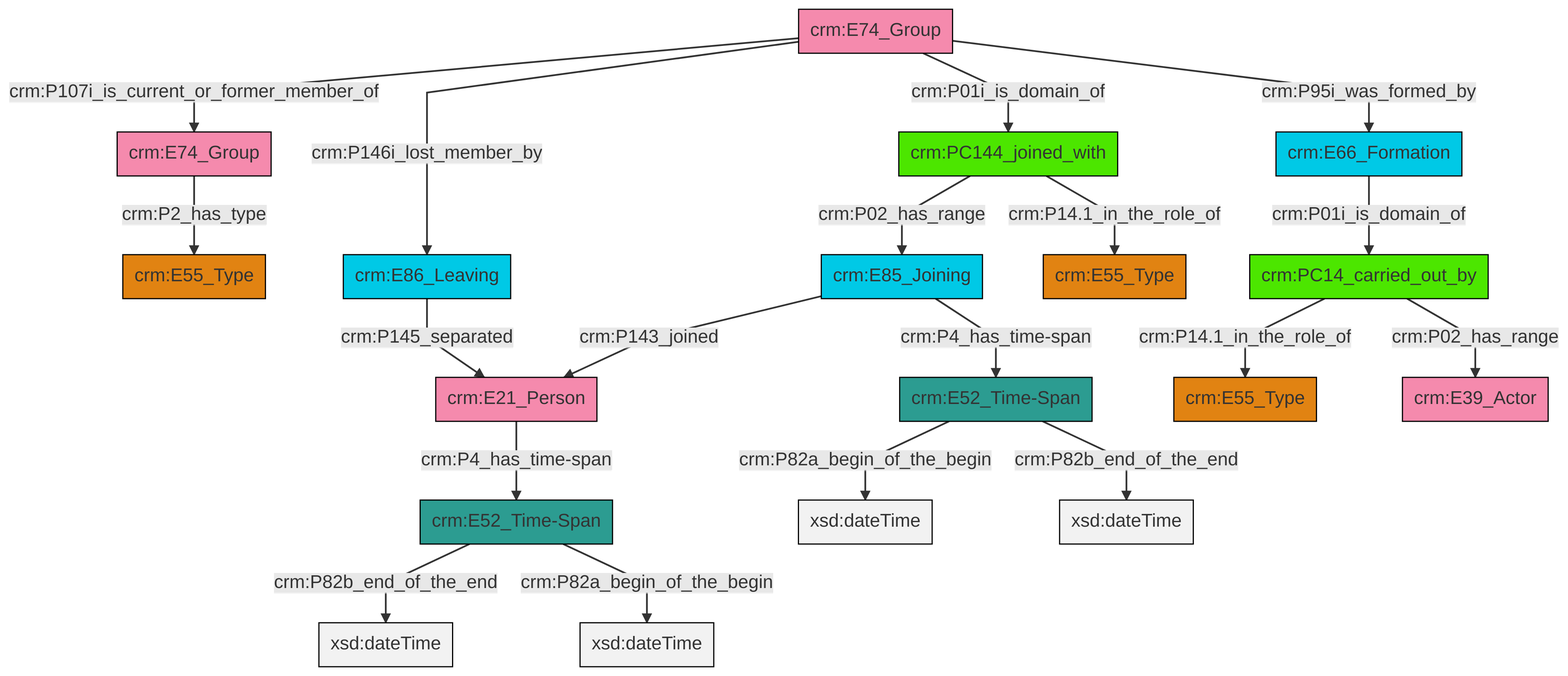
Above: et/groupCSV/ttl/mmd/png/group_actor_relations.png in swiss-art-research-net/reference-data-models (Mermaid), before the change. Its source is kept beside it as et/groupCSV/ttl/mmd/group_actor_relations.ttl.mmd.
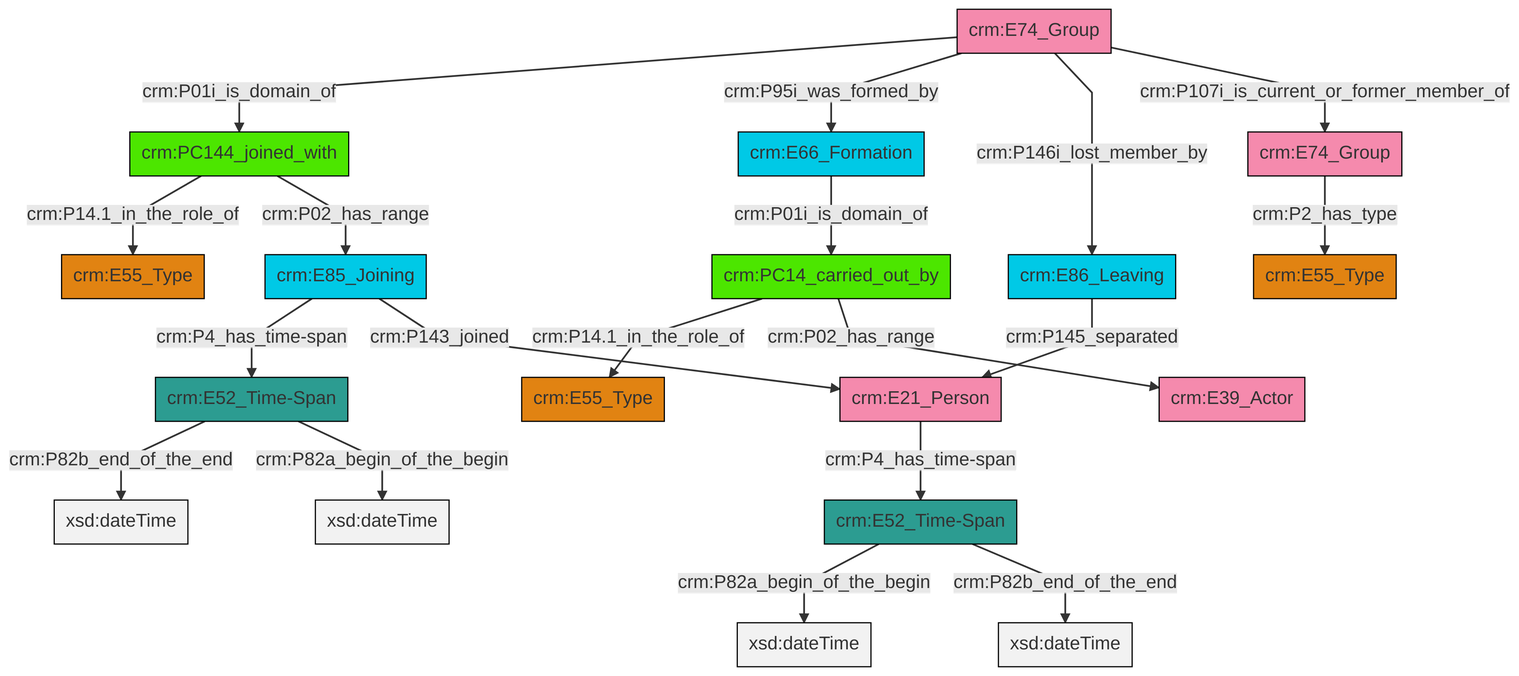
The same file after the commit.

Change to the diagram source:
```diff
@@ -13,21 +13,21 @@
 classDef PC_Classes fill:#4ce600, stroke:#000000;
 classDef Multi fill:#cccccc,stroke:#000000;
 
-0["crm:E74_Group"]:::Actor -->|crm:P107i_is_current_or_former_member_of| 1["crm:E74_Group"]:::Actor
-2["crm:E85_Joining"]:::Temporal_Entity -->|crm:P143_joined| 3["crm:E21_Person"]:::Actor
-3["crm:E21_Person"]:::Actor -->|crm:P4_has_time-span| 10["crm:E52_Time-Span"]:::Time-Span
-12["crm:PC14_carried_out_by"]:::PC_Classes -->|crm:P14.1_in_the_role_of| 7["crm:E55_Type"]:::Type
-0["crm:E74_Group"]:::Actor -->|crm:P146i_lost_member_by| 22["crm:E86_Leaving"]:::Temporal_Entity
-22["crm:E86_Leaving"]:::Temporal_Entity -->|crm:P145_separated| 3["crm:E21_Person"]:::Actor
-17["crm:E66_Formation"]:::Temporal_Entity -->|crm:P01i_is_domain_of| 12["crm:PC14_carried_out_by"]:::PC_Classes
-12["crm:PC14_carried_out_by"]:::PC_Classes -->|crm:P02_has_range| 24["crm:E39_Actor"]:::Actor
-10["crm:E52_Time-Span"]:::Time-Span -->|crm:P82b_end_of_the_end| 26[xsd:dateTime]:::Literal
-27["crm:E52_Time-Span"]:::Time-Span -->|crm:P82a_begin_of_the_begin| 28[xsd:dateTime]:::Literal
-0["crm:E74_Group"]:::Actor -->|crm:P01i_is_domain_of| 13["crm:PC144_joined_with"]:::PC_Classes
-1["crm:E74_Group"]:::Actor -->|crm:P2_has_type| 15["crm:E55_Type"]:::Type
-2["crm:E85_Joining"]:::Temporal_Entity -->|crm:P4_has_time-span| 27["crm:E52_Time-Span"]:::Time-Span
-0["crm:E74_Group"]:::Actor -->|crm:P95i_was_formed_by| 17["crm:E66_Formation"]:::Temporal_Entity
-10["crm:E52_Time-Span"]:::Time-Span -->|crm:P82a_begin_of_the_begin| 31[xsd:dateTime]:::Literal
-27["crm:E52_Time-Span"]:::Time-Span -->|crm:P82b_end_of_the_end| 32[xsd:dateTime]:::Literal
-13["crm:PC144_joined_with"]:::PC_Classes -->|crm:P02_has_range| 2["crm:E85_Joining"]:::Temporal_Entity
-13["crm:PC144_joined_with"]:::PC_Classes -->|crm:P14.1_in_the_role_of| 4["crm:E55_Type"]:::Type
+0["crm:E52_Time-Span"]:::Time-Span -->|crm:P82a_begin_of_the_begin| 1[xsd:dateTime]:::Literal
+0["crm:E52_Time-Span"]:::Time-Span -->|crm:P82b_end_of_the_end| 2[xsd:dateTime]:::Literal
+5["crm:PC14_carried_out_by"]:::PC_Classes -->|crm:P14.1_in_the_role_of| 6["crm:E55_Type"]:::Type
+7["crm:E52_Time-Span"]:::Time-Span -->|crm:P82b_end_of_the_end| 9[xsd:dateTime]:::Literal
+17["crm:E86_Leaving"]:::Temporal_Entity -->|crm:P145_separated| 18["crm:E21_Person"]:::Actor
+19["crm:E74_Group"]:::Actor -->|crm:P01i_is_domain_of| 20["crm:PC144_joined_with"]:::PC_Classes
+21["crm:E85_Joining"]:::Temporal_Entity -->|crm:P4_has_time-span| 7["crm:E52_Time-Span"]:::Time-Span
+13["crm:E66_Formation"]:::Temporal_Entity -->|crm:P01i_is_domain_of| 5["crm:PC14_carried_out_by"]:::PC_Classes
+19["crm:E74_Group"]:::Actor -->|crm:P95i_was_formed_by| 13["crm:E66_Formation"]:::Temporal_Entity
+21["crm:E85_Joining"]:::Temporal_Entity -->|crm:P143_joined| 18["crm:E21_Person"]:::Actor
+18["crm:E21_Person"]:::Actor -->|crm:P4_has_time-span| 0["crm:E52_Time-Span"]:::Time-Span
+19["crm:E74_Group"]:::Actor -->|crm:P146i_lost_member_by| 17["crm:E86_Leaving"]:::Temporal_Entity
+5["crm:PC14_carried_out_by"]:::PC_Classes -->|crm:P02_has_range| 15["crm:E39_Actor"]:::Actor
+20["crm:PC144_joined_with"]:::PC_Classes -->|crm:P14.1_in_the_role_of| 3["crm:E55_Type"]:::Type
+20["crm:PC144_joined_with"]:::PC_Classes -->|crm:P02_has_range| 21["crm:E85_Joining"]:::Temporal_Entity
+7["crm:E52_Time-Span"]:::Time-Span -->|crm:P82a_begin_of_the_begin| 31[xsd:dateTime]:::Literal
+22["crm:E74_Group"]:::Actor -->|crm:P2_has_type| 26["crm:E55_Type"]:::Type
+19["crm:E74_Group"]:::Actor -->|crm:P107i_is_current_or_former_member_of| 22["crm:E74_Group"]:::Actor
```
